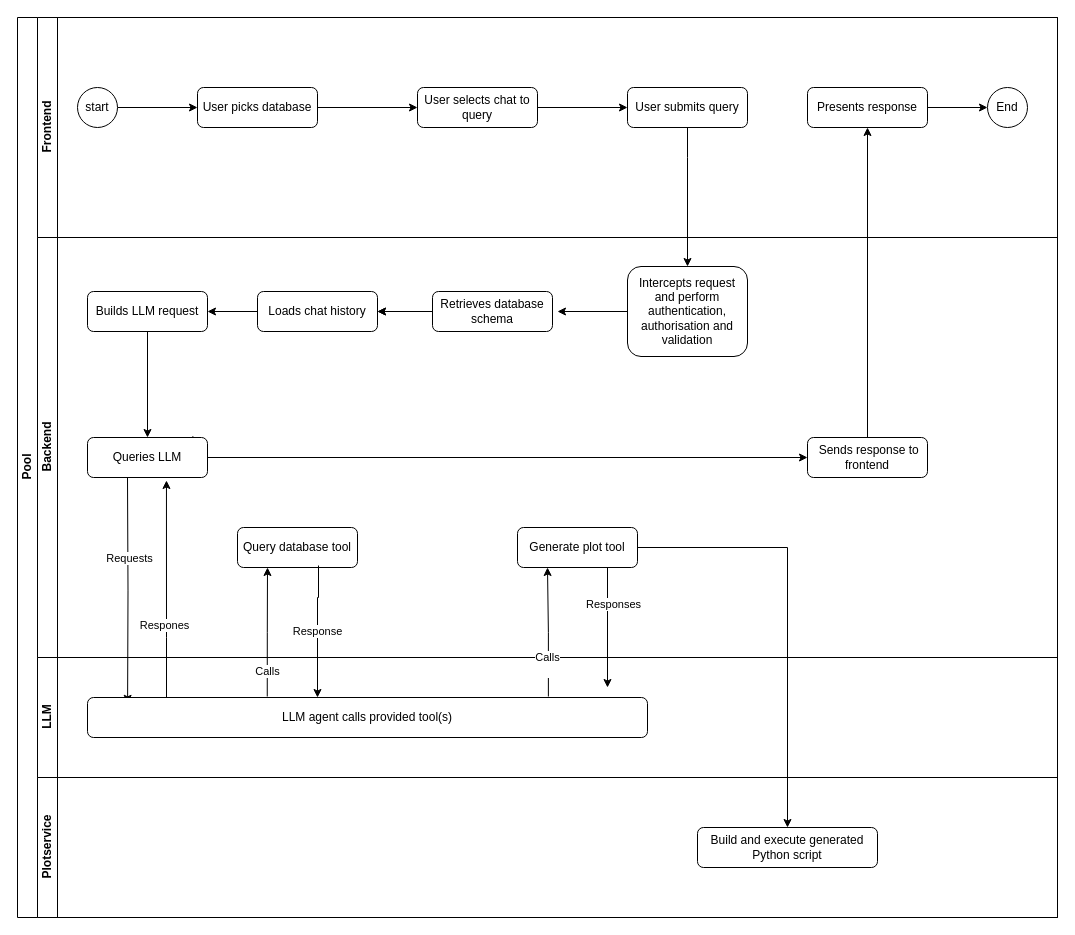
This is images/flow-diagram.drawio from janbabak/NoQL, a draw.io file, before an edit. Source tidied: cells renumbered, new cells numbered last; positions are measured from the earlier drawing's top-left corner, leaving out a move shared by most shapes. Both pictures are drawn from the tidied source at 100%, with x=0, y=0 at pixel (17, 17).
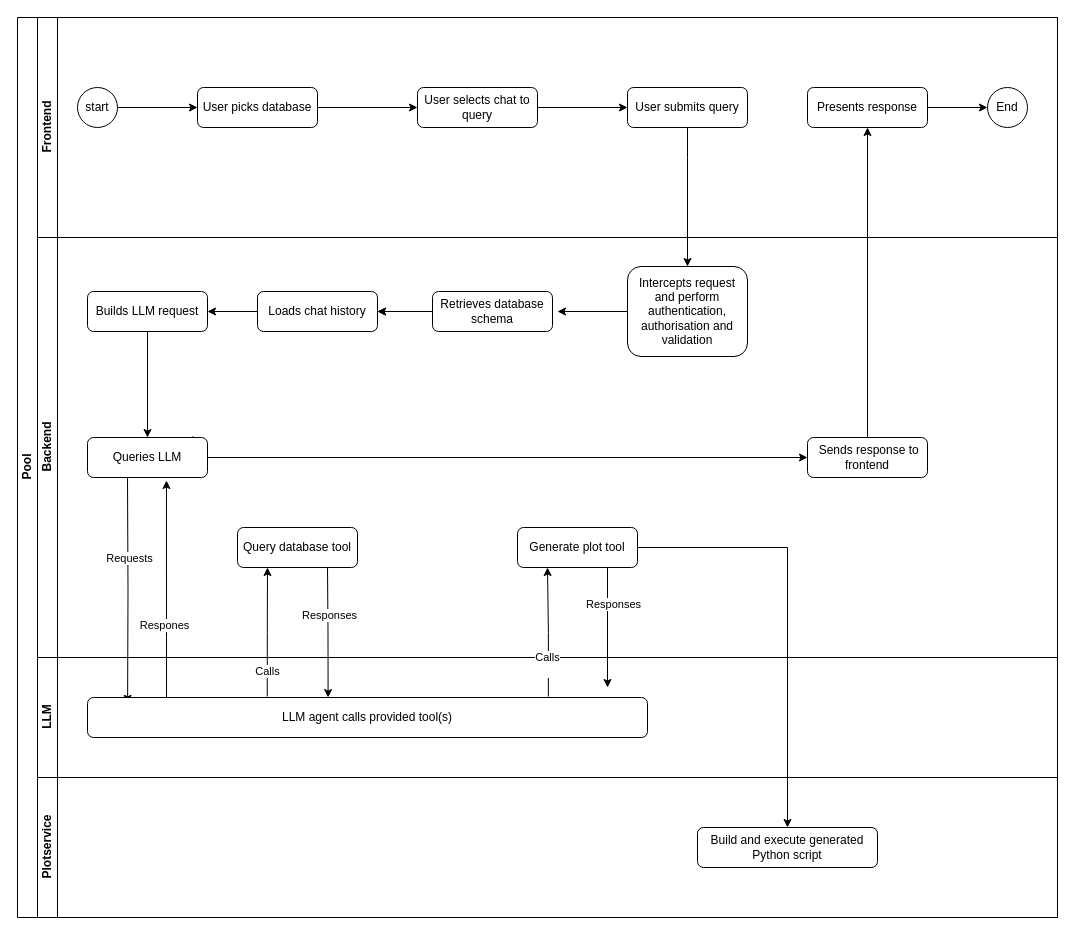
The same diagram, later.

Unchanged cells that the change refers to:
```xml
<mxCell id="15" value="Backend" style="swimlane;html=1;startSize=20;horizontal=0;" parent="2" vertex="1">
  <mxGeometry x="20" y="220" width="1020" height="420" as="geometry" />
</mxCell>
<mxCell id="29" value="Query database tool" style="rounded=1;whiteSpace=wrap;html=1;" parent="15" vertex="1">
  <mxGeometry x="200" y="290" width="120" height="40" as="geometry" />
</mxCell>
<mxCell id="34" value="LLM" style="swimlane;html=1;startSize=20;horizontal=0;" parent="2" vertex="1">
  <mxGeometry x="20" y="640" width="1020" height="120" as="geometry" />
</mxCell>
```

Change to the diagram source:
```diff
@@
+    <mxCell id="46" style="edgeStyle=orthogonalEdgeStyle;rounded=0;orthogonalLoop=1;jettySize=auto;html=1;entryX=0.376;entryY=0.001;entryDx=0;entryDy=0;entryPerimeter=0;" parent="15" edge="1">
+      <mxGeometry relative="1" as="geometry">
+        <mxPoint x="290" y="330" as="sourcePoint" />
+        <mxPoint x="290.6" y="460" as="targetPoint" />
+      </mxGeometry>
+    </mxCell>
+    <mxCell id="47" value="Responses" style="edgeLabel;html=1;align=center;verticalAlign=middle;" parent="46" vertex="1">
+      <mxGeometry x="-0.26" y="1" relative="1" as="geometry" />
+    </mxCell>
@@
-    <mxCell id="36" value="Response" style="edgeStyle=orthogonalEdgeStyle;rounded=0;jettySize=auto;html=1;entryX=0.375;entryY=0;entryDx=0;entryDy=0;entryPerimeter=0;exitX=0.675;exitY=0.95;exitDx=0;exitDy=0;exitPerimeter=0;" parent="34" edge="1" source="29">
-      <mxGeometry relative="1" as="geometry">
-        <mxPoint x="280" y="40" as="targetPoint" />
-        <Array as="points">
-          <mxPoint x="281" y="-60" />
-          <mxPoint x="280" y="-60" />
-        </Array>
-      </mxGeometry>
-    </mxCell>
```
